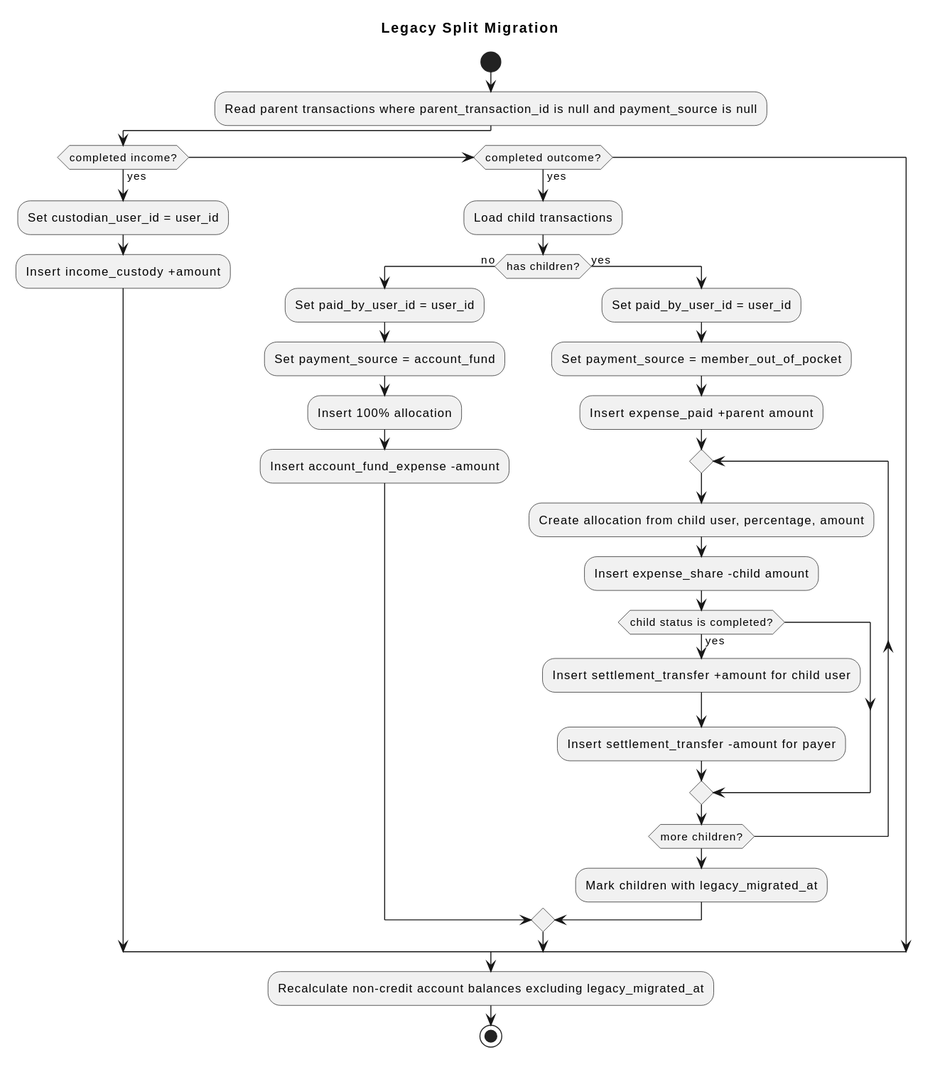
Above: docs/diagrams/legacy-split-migration.svg in javleds/simple_finances (PlantUML), before the change.
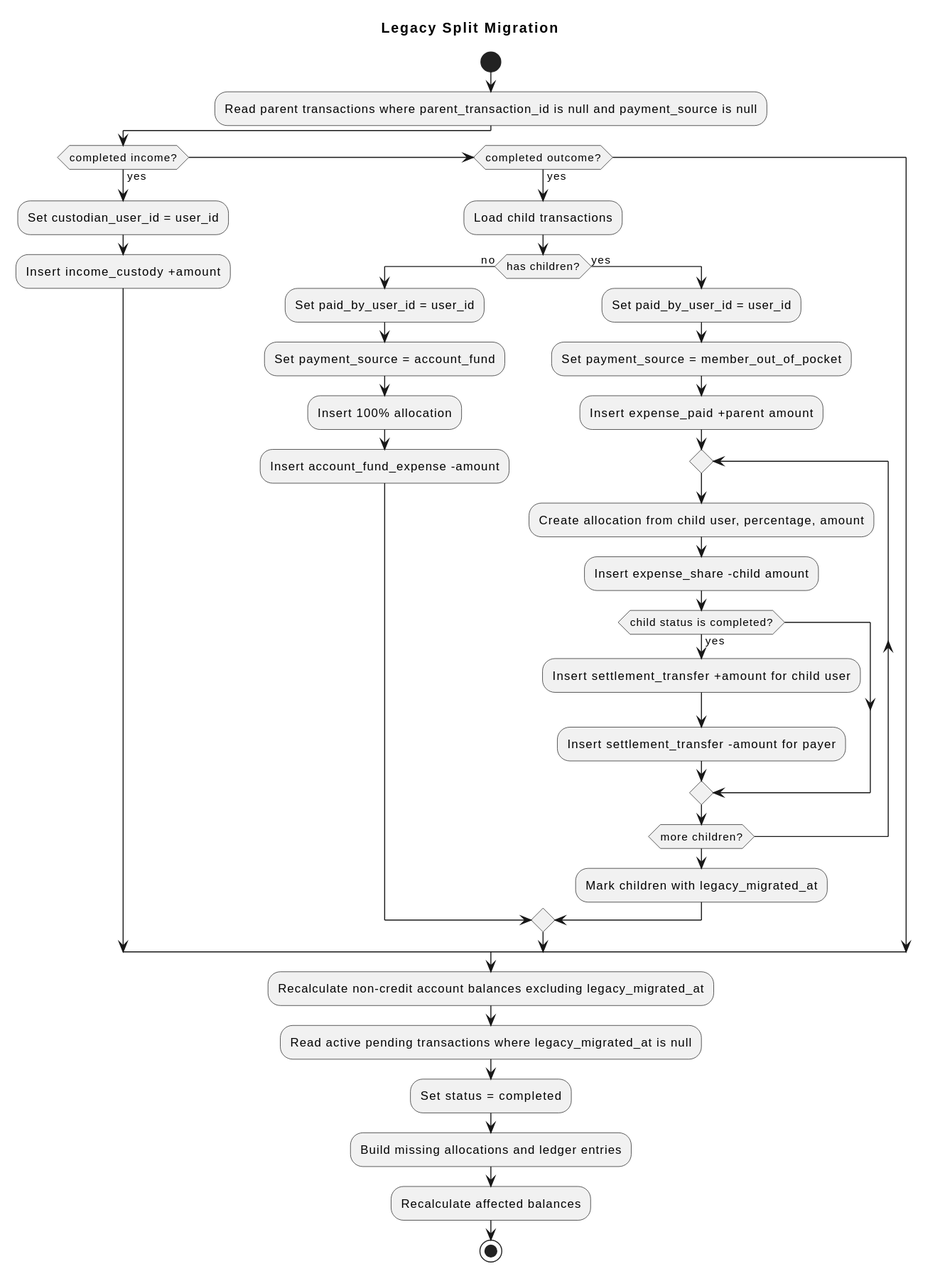
After the commit.

The edit, as a diff of the source:
```diff
@@ -35,5 +35,10 @@
 endif
 
 :Recalculate non-credit account balances excluding legacy_migrated_at;
+
+:Read active pending transactions where legacy_migrated_at is null;
+:Set status = completed;
+:Build missing allocations and ledger entries;
+:Recalculate affected balances;
 stop
 @enduml
```
